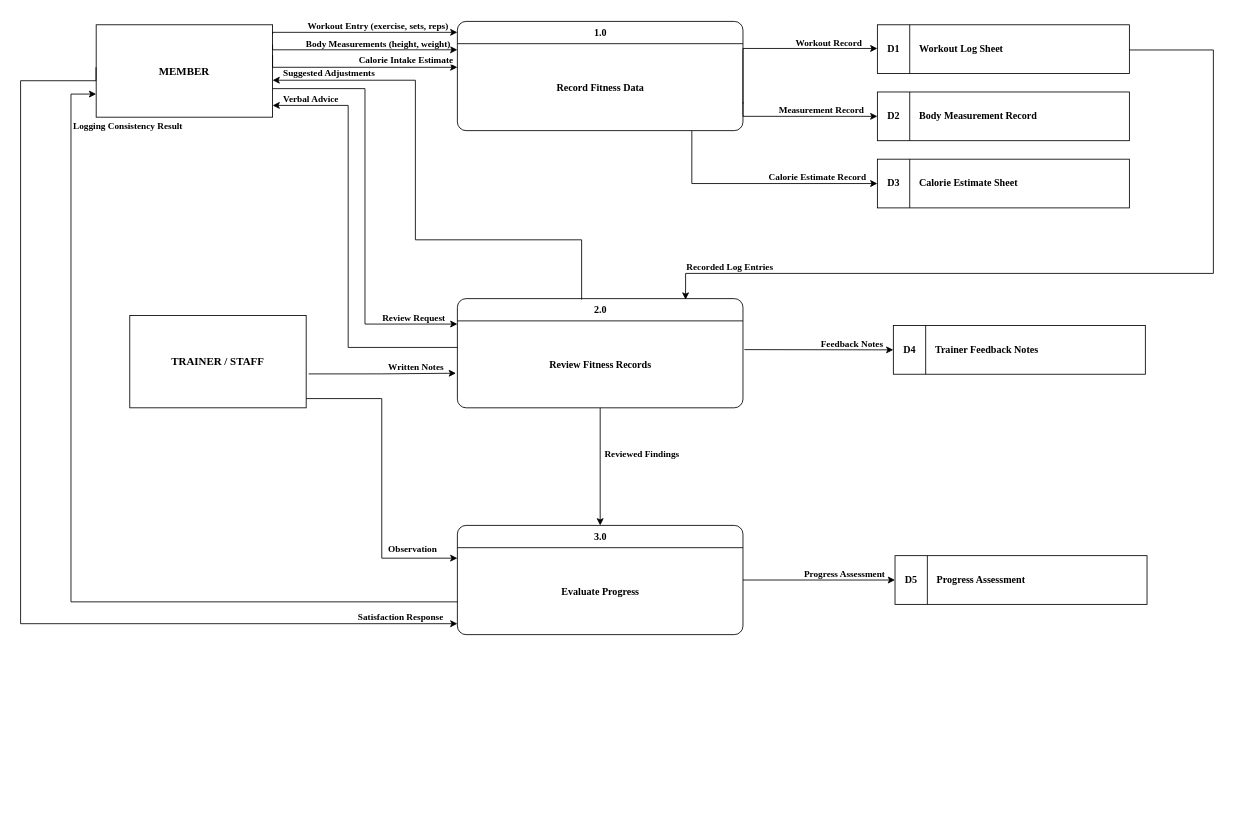
Above: chapter123/DFD-Fig05-Existing-Overall.drawio in JohnPaul010505/capstsh (draw.io), before the change. Source tidied: cells renumbered, new cells numbered last; positions are measured from the earlier drawing's top-left corner, leaving out a move shared by most shapes. Both pictures are drawn from the tidied source at 84%, with x=0, y=0 at pixel (20, 14).
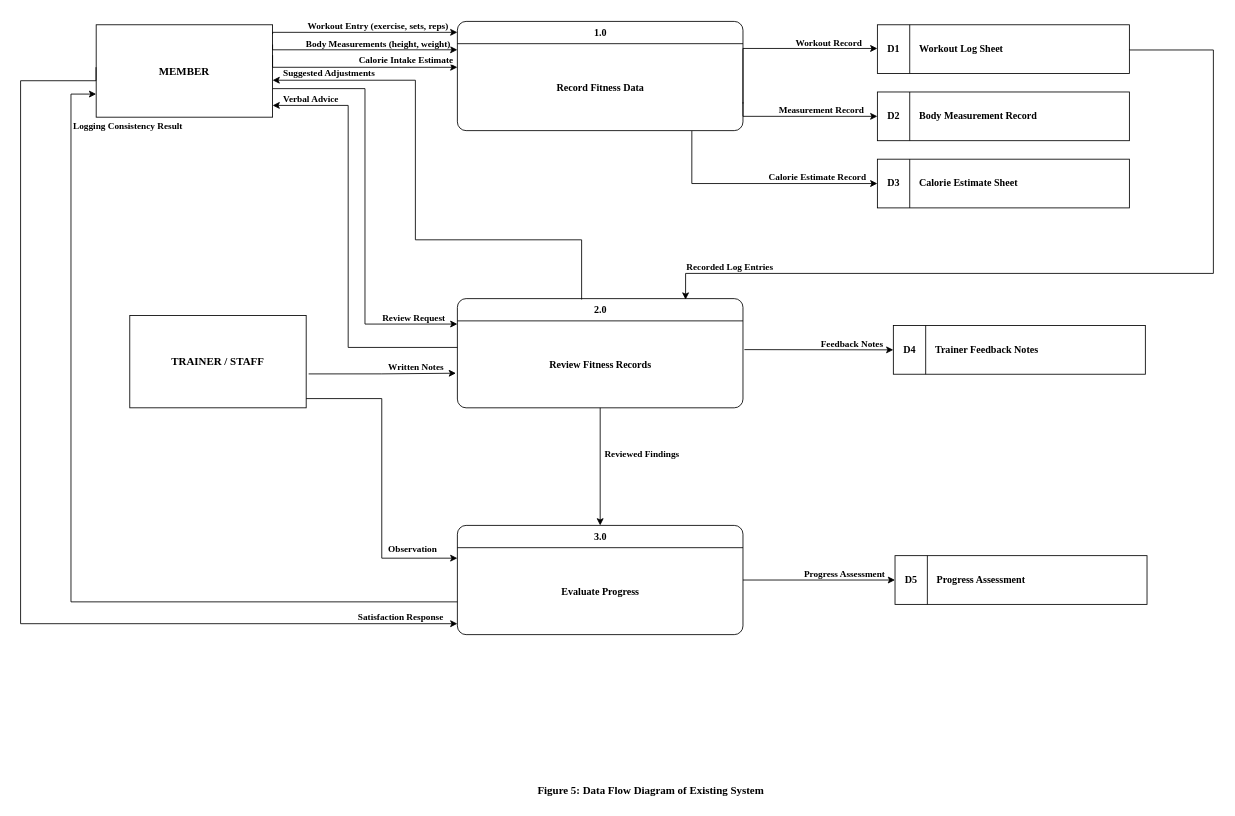
The same diagram, later.

What changed in the source:
```diff
@@
+    <mxCell id="69" value="Figure 5: Data Flow Diagram of Existing System" style="text;html=1;align=center;verticalAlign=middle;fontFamily=Times New Roman;fontSize=13;fontStyle=1;strokeColor=none;fillColor=none;" parent="1" vertex="1">
+      <mxGeometry x="250" y="908" width="1000" height="30" as="geometry" />
+    </mxCell>
```
